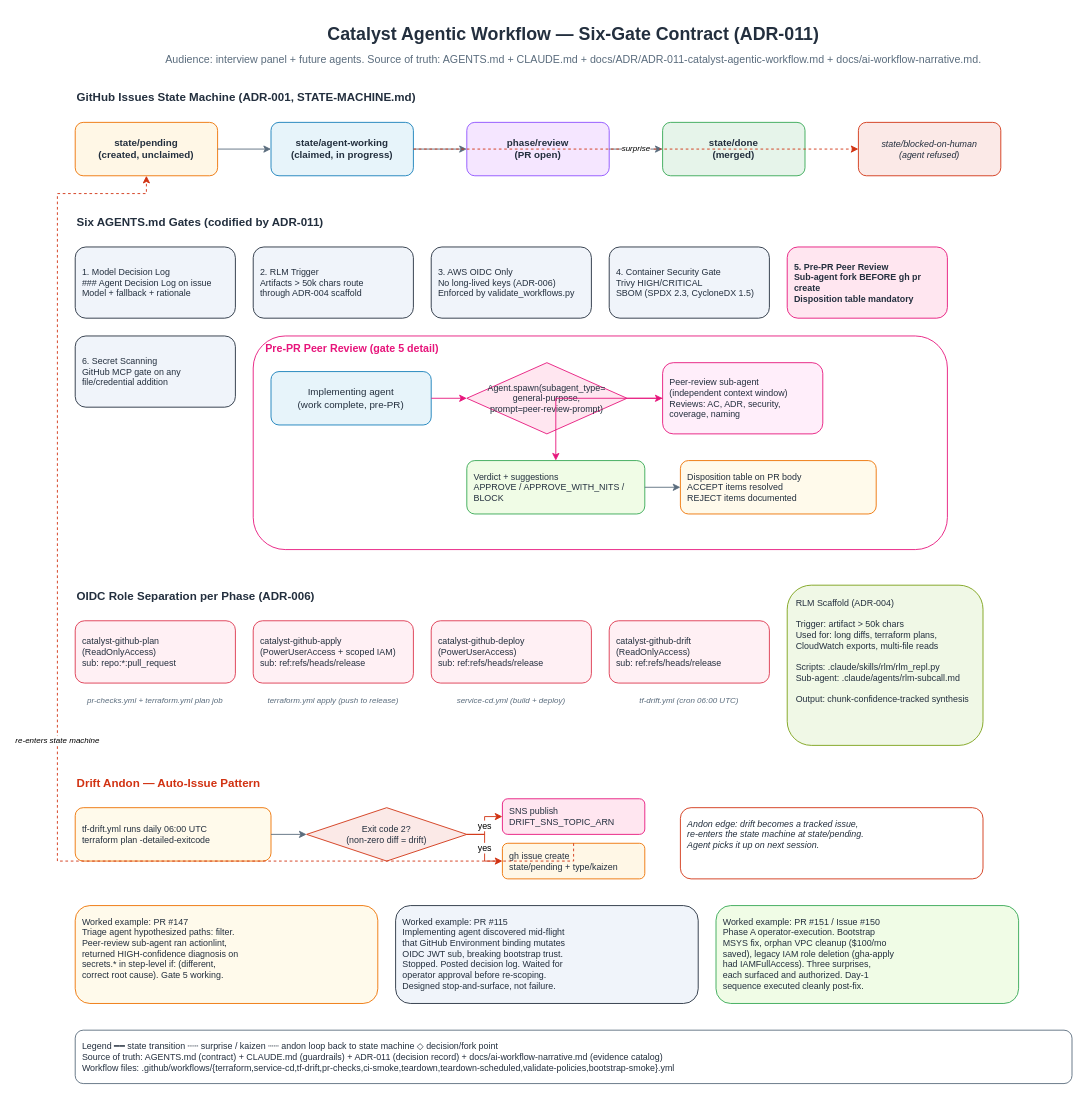
Cloud-Byte-Consulting/Catalyst keeps this draw.io diagram as diagrams/agentic-workflow.drawio. Above is the earlier version. Source tidied: cells renumbered, new cells numbered last; positions are measured from the earlier drawing's top-left corner, leaving out a move shared by most shapes. Both pictures are drawn from the tidied source at 89%, with x=0, y=0 at pixel (57, 15).
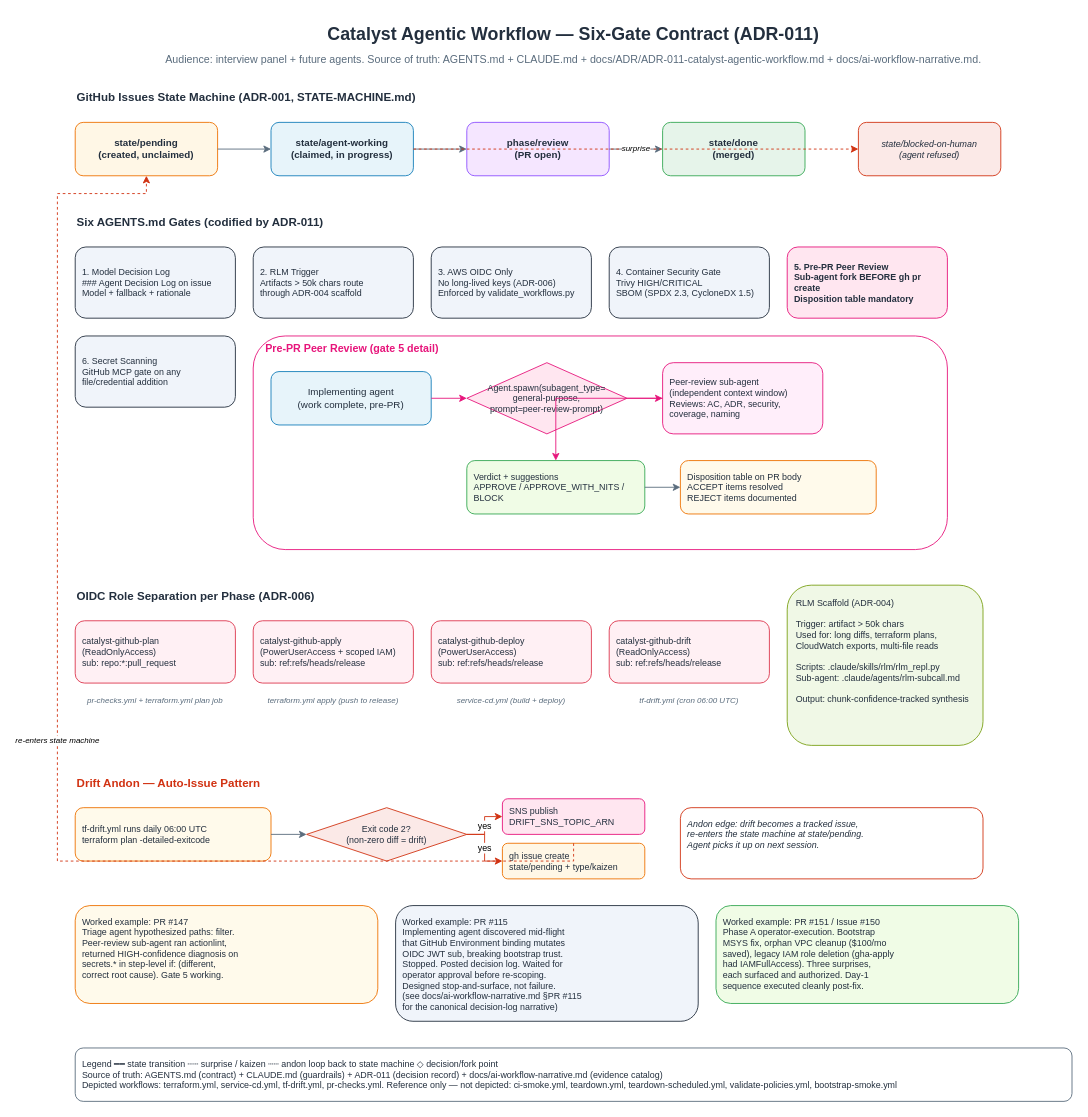
The same page after the edit.

Commit message (it also covers changes not shown here):
fix(diagrams/skill): resolve 6 peer-review nits (refs #152)

The edit, as a diff of the source:
```diff
@@
-    <mxCell id="52" value="Worked example: PR #115&#10;Implementing agent discovered mid-flight&#10;that GitHub Environment binding mutates&#10;OIDC JWT sub, breaking bootstrap trust.&#10;Stopped. Posted decision log. Waited for&#10;operator approval before re-scoping.&#10;Designed stop-and-surface, not failure." style="text;html=1;align=left;verticalAlign=top;whiteSpace=wrap;fontSize=10;fillColor=#F0F4FA;strokeColor=#232F3E;rounded=1;spacing=8;fontColor=#232F3E;" parent="1" vertex="1">
-      <mxGeometry x="380" y="1000" width="340" height="110" as="geometry" />
+    <mxCell id="52" value="Worked example: PR #115&#10;Implementing agent discovered mid-flight&#10;that GitHub Environment binding mutates&#10;OIDC JWT sub, breaking bootstrap trust.&#10;Stopped. Posted decision log. Waited for&#10;operator approval before re-scoping.&#10;Designed stop-and-surface, not failure.&#10;(see docs/ai-workflow-narrative.md §PR #115&#10;for the canonical decision-log narrative)" style="text;html=1;align=left;verticalAlign=top;whiteSpace=wrap;fontSize=10;fillColor=#F0F4FA;strokeColor=#232F3E;rounded=1;spacing=8;fontColor=#232F3E;" parent="1" vertex="1">
+      <mxGeometry x="380" y="1000" width="340" height="130" as="geometry" />
     </mxCell>
@@
-    <mxCell id="54" value="Legend  ━━ state transition  ┄┄ surprise / kaizen  ┄┄ andon loop back to state machine  ◇ decision/fork point&#10;Source of truth: AGENTS.md (contract) + CLAUDE.md (guardrails) + ADR-011 (decision record) + docs/ai-workflow-narrative.md (evidence catalog)&#10;Workflow files: .github/workflows/{terraform,service-cd,tf-drift,pr-checks,ci-smoke,teardown,teardown-scheduled,validate-policies,bootstrap-smoke}.yml" style="text;html=1;align=left;verticalAlign=top;whiteSpace=wrap;fontSize=10;fillColor=#FFFFFF;strokeColor=#5A6C7D;rounded=1;spacing=8;fontColor=#232F3E;" parent="1" vertex="1">
-      <mxGeometry x="20" y="1140" width="1120" height="60" as="geometry" />
+    <mxCell id="54" value="Legend  ━━ state transition  ┄┄ surprise / kaizen  ┄┄ andon loop back to state machine  ◇ decision/fork point&#10;Source of truth: AGENTS.md (contract) + CLAUDE.md (guardrails) + ADR-011 (decision record) + docs/ai-workflow-narrative.md (evidence catalog)&#10;Depicted workflows: terraform.yml, service-cd.yml, tf-drift.yml, pr-checks.yml.  Reference only — not depicted: ci-smoke.yml, teardown.yml, teardown-scheduled.yml, validate-policies.yml, bootstrap-smoke.yml" style="text;html=1;align=left;verticalAlign=top;whiteSpace=wrap;fontSize=10;fillColor=#FFFFFF;strokeColor=#5A6C7D;rounded=1;spacing=8;fontColor=#232F3E;" parent="1" vertex="1">
+      <mxGeometry x="20" y="1160" width="1120" height="60" as="geometry" />
     </mxCell>
```
